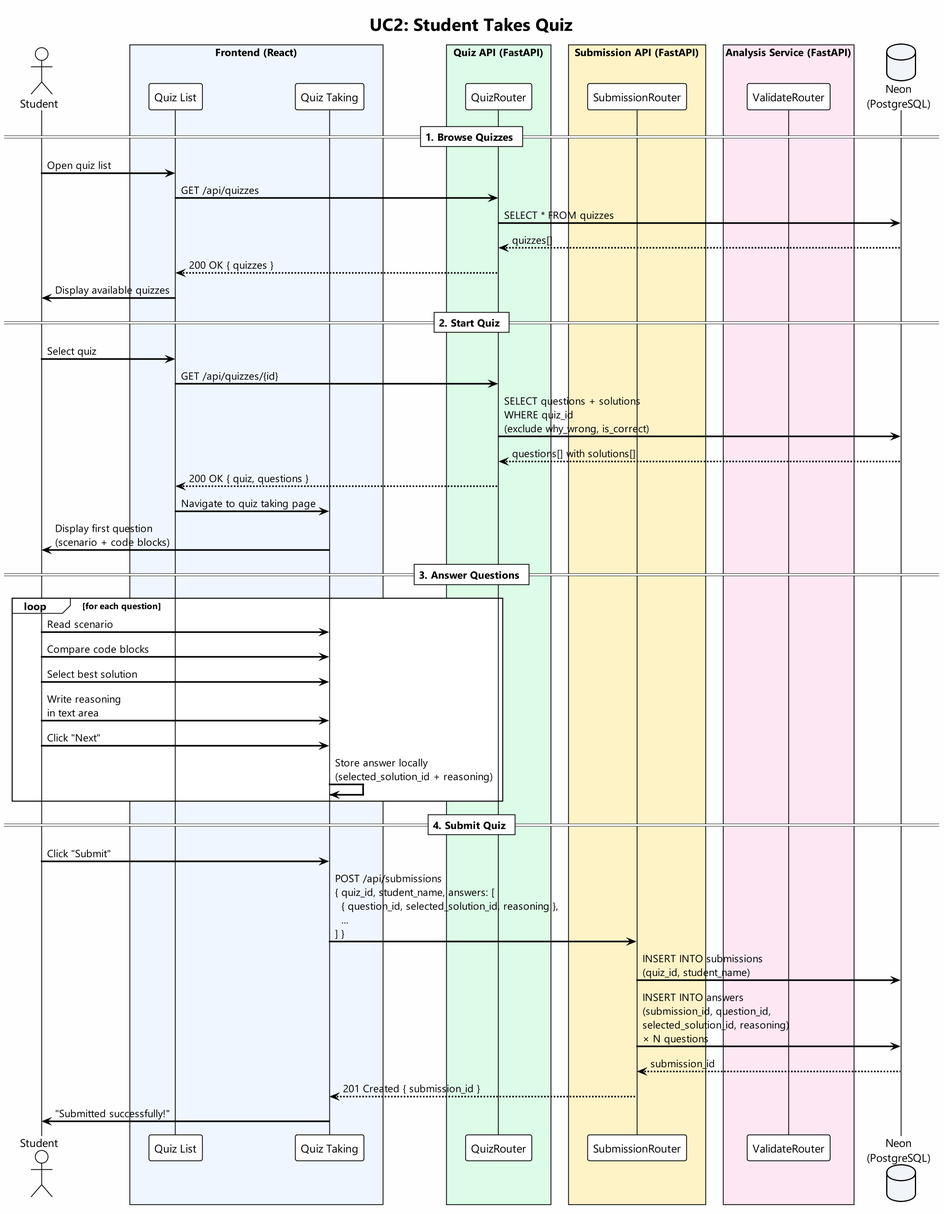
Earlier version of the PlantUML export docs/sequence-student-takes-quiz.png (SRESamuel/ConHaccMania).
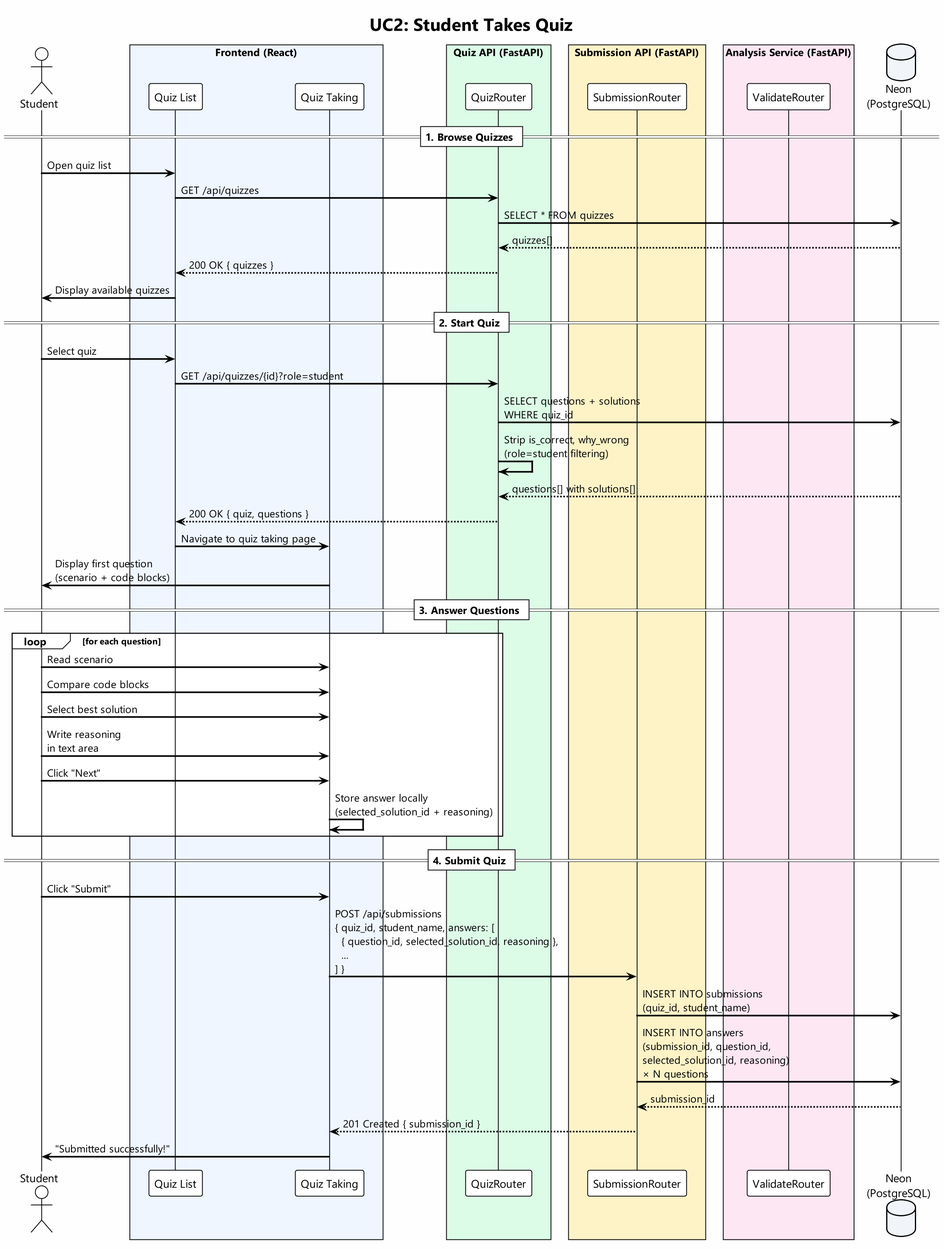
Later version of the same file.

Commit message:
docs: Add role-based filtering, drop concepts_found, optional quiz_id

Diff of the diagram source:
```diff
@@ -38,8 +38,9 @@
 == 2. Start Quiz ==
 
 S -> QL : Select quiz
-QL -> QR : GET /api/quizzes/{id}
-QR -> DB : SELECT questions + solutions\nWHERE quiz_id\n(exclude why_wrong, is_correct)
+QL -> QR : GET /api/quizzes/{id}?role=student
+QR -> DB : SELECT questions + solutions\nWHERE quiz_id
+QR -> QR : Strip is_correct, why_wrong\n(role=student filtering)
 DB --> QR : questions[] with solutions[]
 QR --> QL : 200 OK { quiz, questions }
 QL -> QT : Navigate to quiz taking page
```
